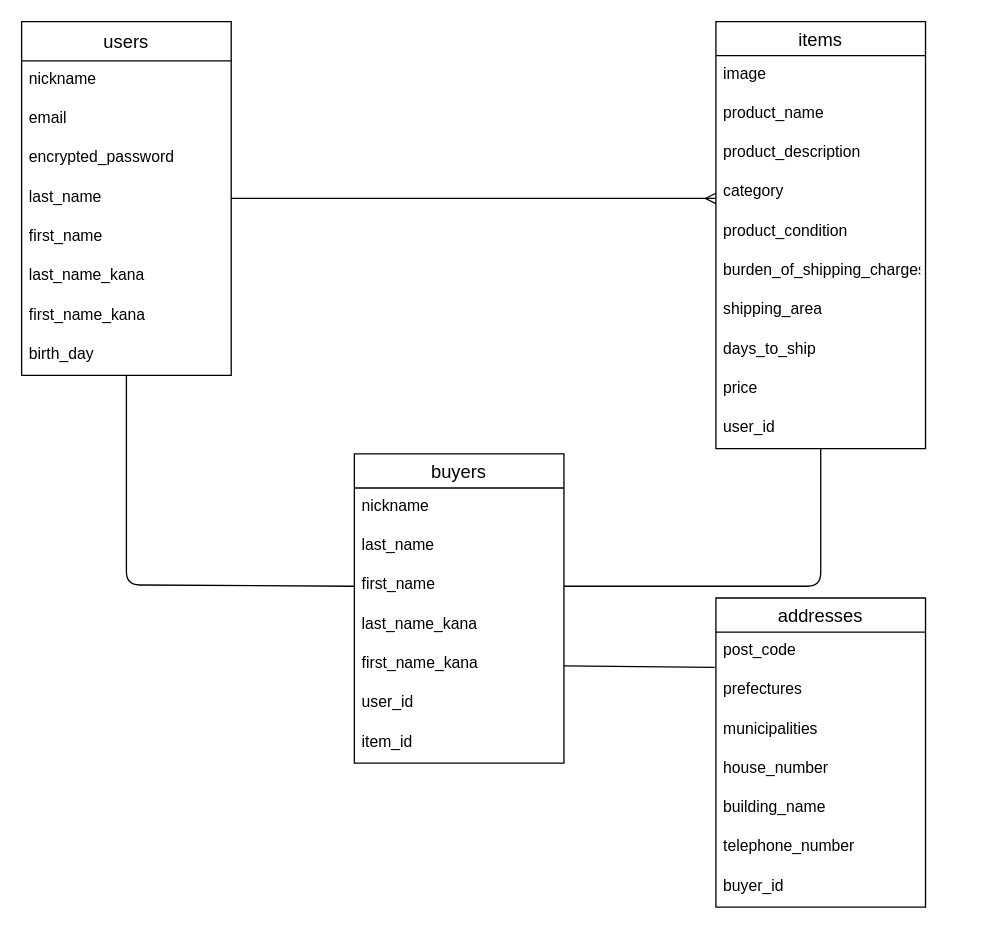
Before: ER.dio/ER.dio in koki-ok/furima-36962, a draw.io diagram. Source tidied: cells renumbered, new cells numbered last; positions are measured from the earlier drawing's top-left corner, leaving out a move shared by most shapes. Both pictures are drawn from the tidied source at 131%, with x=0, y=0 at pixel (21, 21).
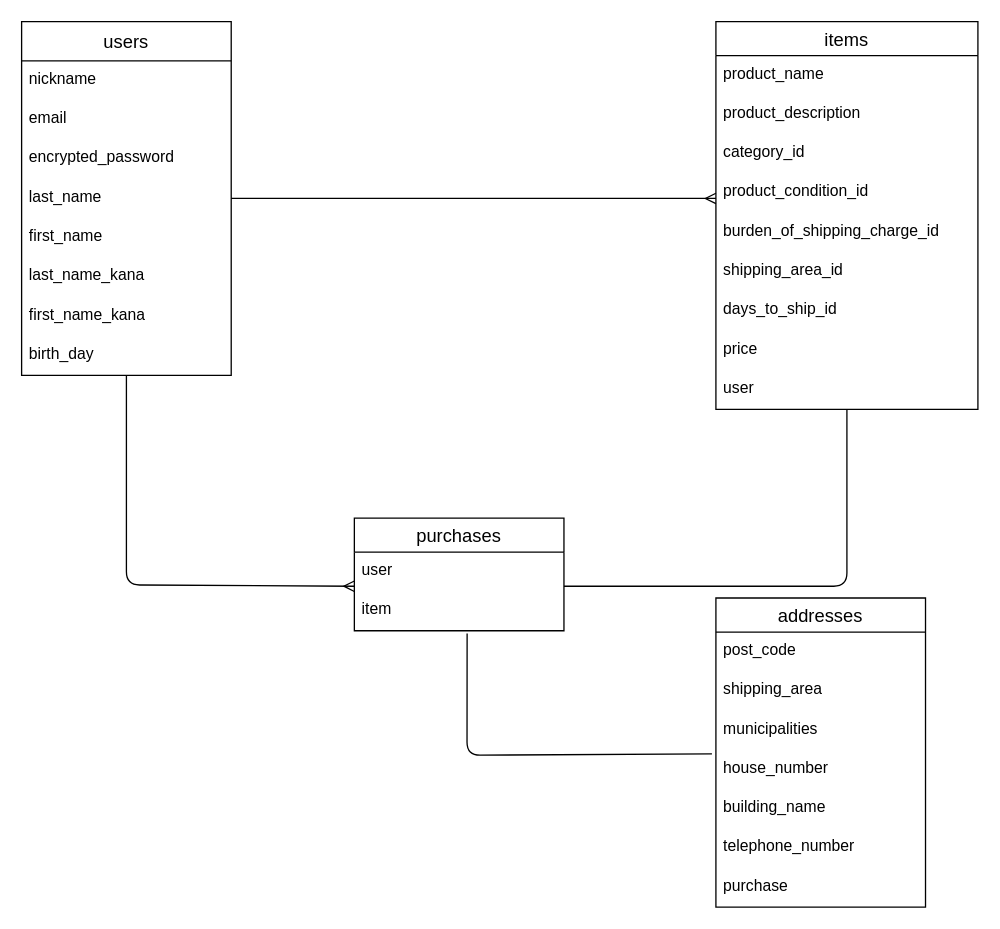
The same page after the edit.

The change refers to these unchanged cells:
```xml
<mxCell id="24" value="users" style="swimlane;fontStyle=0;horizontal=1;startSize=30;align=center;fontSize=14;" parent="1" vertex="1">
  <mxGeometry width="160" height="270" as="geometry" />
</mxCell>
<mxCell id="33" value="addresses" style="swimlane;fontStyle=0;horizontal=1;startSize=26;align=center;fontSize=14;" parent="1" vertex="1">
  <mxGeometry x="530" y="440" width="160" height="236" as="geometry" />
</mxCell>
<mxCell id="34" value="post_code" style="text;strokeColor=none;fillColor=none;spacingLeft=4;spacingRight=4;overflow=hidden;points=[[0,0.5],[1,0.5]];portConstraint=eastwest;fontSize=12;" parent="33" vertex="1">
  <mxGeometry y="26" width="160" height="30" as="geometry" />
</mxCell>
<mxCell id="37" value="house_number" style="text;strokeColor=none;fillColor=none;spacingLeft=4;spacingRight=4;overflow=hidden;points=[[0,0.5],[1,0.5]];portConstraint=eastwest;fontSize=12;" parent="33" vertex="1">
  <mxGeometry y="116" width="160" height="30" as="geometry" />
</mxCell>
```

Change to the diagram source:
```diff
@@
     <mxCell id="2" style="edgeStyle=none;html=1;entryX=1;entryY=0.5;entryDx=0;entryDy=0;endArrow=none;endFill=0;" parent="1" edge="1" source="3">
       <mxGeometry relative="1" as="geometry">
         <mxPoint x="414" y="431" as="targetPoint" />
         <Array as="points">
-          <mxPoint x="610" y="431" />
+          <mxPoint x="630" y="431" />
         </Array>
       </mxGeometry>
     </mxCell>
     <mxCell id="3" value="items" style="swimlane;fontStyle=0;horizontal=1;startSize=26;align=center;fontSize=14;" parent="1" vertex="1">
-      <mxGeometry x="530" width="160" height="326" as="geometry" />
+      <mxGeometry x="530" width="200" height="296" as="geometry" />
     </mxCell>
-    <mxCell id="4" value="image" style="text;strokeColor=none;fillColor=none;spacingLeft=4;spacingRight=4;overflow=hidden;fontSize=12;" parent="3" vertex="1">
-      <mxGeometry y="26" width="160" height="30" as="geometry" />
-    </mxCell>
     <mxCell id="5" value="product_name" style="text;strokeColor=none;fillColor=none;spacingLeft=4;spacingRight=4;overflow=hidden;fontSize=12;" parent="3" vertex="1">
-      <mxGeometry y="56" width="160" height="30" as="geometry" />
+      <mxGeometry y="26" width="200" height="30" as="geometry" />
     </mxCell>
     <mxCell id="6" value="product_description" style="text;strokeColor=none;fillColor=none;spacingLeft=4;spacingRight=4;overflow=hidden;fontSize=12;" parent="3" vertex="1">
-      <mxGeometry y="86" width="160" height="30" as="geometry" />
+      <mxGeometry y="56" width="200" height="30" as="geometry" />
     </mxCell>
-    <mxCell id="7" value="category" style="text;strokeColor=none;fillColor=none;spacingLeft=4;spacingRight=4;overflow=hidden;fontSize=12;" parent="3" vertex="1">
-      <mxGeometry y="116" width="160" height="30" as="geometry" />
+    <mxCell id="7" value="category_id" style="text;strokeColor=none;fillColor=none;spacingLeft=4;spacingRight=4;overflow=hidden;fontSize=12;" parent="3" vertex="1">
+      <mxGeometry y="86" width="200" height="30" as="geometry" />
     </mxCell>
-    <mxCell id="8" value="product_condition" style="text;strokeColor=none;fillColor=none;spacingLeft=4;spacingRight=4;overflow=hidden;fontSize=12;" parent="3" vertex="1">
-      <mxGeometry y="146" width="160" height="30" as="geometry" />
+    <mxCell id="8" value="product_condition_id" style="text;strokeColor=none;fillColor=none;spacingLeft=4;spacingRight=4;overflow=hidden;fontSize=12;" parent="3" vertex="1">
+      <mxGeometry y="116" width="200" height="30" as="geometry" />
     </mxCell>
-    <mxCell id="9" value="burden_of_shipping_charges" style="text;strokeColor=none;fillColor=none;spacingLeft=4;spacingRight=4;overflow=hidden;fontSize=12;" parent="3" vertex="1">
-      <mxGeometry y="176" width="160" height="30" as="geometry" />
+    <mxCell id="9" value="burden_of_shipping_charge_id" style="text;strokeColor=none;fillColor=none;spacingLeft=4;spacingRight=4;overflow=hidden;fontSize=12;" parent="3" vertex="1">
+      <mxGeometry y="146" width="200" height="30" as="geometry" />
     </mxCell>
-    <mxCell id="10" value="shipping_area" style="text;strokeColor=none;fillColor=none;spacingLeft=4;spacingRight=4;overflow=hidden;fontSize=12;" parent="3" vertex="1">
-      <mxGeometry y="206" width="160" height="30" as="geometry" />
+    <mxCell id="10" value="shipping_area_id" style="text;strokeColor=none;fillColor=none;spacingLeft=4;spacingRight=4;overflow=hidden;fontSize=12;" parent="3" vertex="1">
+      <mxGeometry y="176" width="200" height="30" as="geometry" />
     </mxCell>
-    <mxCell id="11" value="days_to_ship" style="text;strokeColor=none;fillColor=none;spacingLeft=4;spacingRight=4;overflow=hidden;fontSize=12;" parent="3" vertex="1">
-      <mxGeometry y="236" width="160" height="30" as="geometry" />
+    <mxCell id="11" value="days_to_ship_id" style="text;strokeColor=none;fillColor=none;spacingLeft=4;spacingRight=4;overflow=hidden;fontSize=12;" parent="3" vertex="1">
+      <mxGeometry y="206" width="200" height="30" as="geometry" />
     </mxCell>
     <mxCell id="12" value="price" style="text;strokeColor=none;fillColor=none;spacingLeft=4;spacingRight=4;overflow=hidden;fontSize=12;" parent="3" vertex="1">
-      <mxGeometry y="266" width="160" height="30" as="geometry" />
+      <mxGeometry y="236" width="200" height="30" as="geometry" />
     </mxCell>
-    <mxCell id="13" value="user_id" style="text;strokeColor=none;fillColor=none;spacingLeft=4;spacingRight=4;overflow=hidden;fontSize=12;" parent="3" vertex="1">
-      <mxGeometry y="296" width="160" height="30" as="geometry" />
+    <mxCell id="13" value="user" style="text;strokeColor=none;fillColor=none;spacingLeft=4;spacingRight=4;overflow=hidden;fontSize=12;" parent="3" vertex="1">
+      <mxGeometry y="266" width="200" height="30" as="geometry" />
     </mxCell>
-    <mxCell id="14" value="buyers" style="swimlane;fontStyle=0;horizontal=1;startSize=26;align=center;fontSize=14;" parent="1" vertex="1">
-      <mxGeometry x="254" y="330" width="160" height="236" as="geometry" />
+    <mxCell id="14" value="purchases" style="swimlane;fontStyle=0;horizontal=1;startSize=26;align=center;fontSize=14;" parent="1" vertex="1">
+      <mxGeometry x="254" y="379" width="160" height="86" as="geometry" />
     </mxCell>
-    <mxCell id="15" value="nickname" style="text;strokeColor=none;fillColor=none;spacingLeft=4;spacingRight=4;overflow=hidden;fontSize=12;" parent="14" vertex="1">
-      <mxGeometry y="26" width="160" height="30" as="geometry" />
-    </mxCell>
-    <mxCell id="16" value="last_name" style="text;strokeColor=none;fillColor=none;spacingLeft=4;spacingRight=4;overflow=hidden;fontSize=12;" parent="14" vertex="1">
-      <mxGeometry y="56" width="160" height="30" as="geometry" />
-    </mxCell>
-    <mxCell id="17" value="first_name" style="text;strokeColor=none;fillColor=none;spacingLeft=4;spacingRight=4;overflow=hidden;fontSize=12;" parent="14" vertex="1">
-      <mxGeometry y="86" width="160" height="30" as="geometry" />
-    </mxCell>
-    <mxCell id="18" value="last_name_kana" style="text;strokeColor=none;fillColor=none;spacingLeft=4;spacingRight=4;overflow=hidden;fontSize=12;" parent="14" vertex="1">
-      <mxGeometry y="116" width="160" height="30" as="geometry" />
-    </mxCell>
-    <mxCell id="19" value="first_name_kana" style="text;strokeColor=none;fillColor=none;spacingLeft=4;spacingRight=4;overflow=hidden;points=[[0,0.5],[1,0.5]];portConstraint=eastwest;fontSize=12;" parent="14" vertex="1">
-      <mxGeometry y="146" width="160" height="30" as="geometry" />
-    </mxCell>
-    <mxCell id="20" value="user_id" style="text;strokeColor=none;fillColor=none;spacingLeft=4;spacingRight=4;overflow=hidden;fontSize=12;" parent="14" vertex="1">
-      <mxGeometry y="176" width="160" height="30" as="geometry" />
+    <mxCell id="20" value="user" style="text;strokeColor=none;fillColor=none;spacingLeft=4;spacingRight=4;overflow=hidden;fontSize=12;" parent="14" vertex="1">
+      <mxGeometry y="26" width="160" height="30" as="geometry" />
     </mxCell>
-    <mxCell id="21" value="item_id" style="text;strokeColor=none;fillColor=none;spacingLeft=4;spacingRight=4;overflow=hidden;points=[[0,0.5],[1,0.5]];portConstraint=eastwest;fontSize=12;" parent="14" vertex="1">
-      <mxGeometry y="206" width="160" height="30" as="geometry" />
+    <mxCell id="21" value="item" style="text;strokeColor=none;fillColor=none;spacingLeft=4;spacingRight=4;overflow=hidden;points=[[0,0.5],[1,0.5]];portConstraint=eastwest;fontSize=12;" parent="14" vertex="1">
+      <mxGeometry y="56" width="160" height="30" as="geometry" />
     </mxCell>
@@
-    <mxCell id="23" style="edgeStyle=none;html=1;entryX=0;entryY=0.5;entryDx=0;entryDy=0;endArrow=none;endFill=0;" parent="1" edge="1" source="24">
+    <mxCell id="23" style="edgeStyle=none;html=1;entryX=0;entryY=0.5;entryDx=0;entryDy=0;endArrow=ERmany;endFill=0;" parent="1" edge="1" source="24">
       <mxGeometry relative="1" as="geometry">
         <mxPoint x="254" y="431" as="targetPoint" />
         <Array as="points">
           <mxPoint x="80" y="430" />
         </Array>
       </mxGeometry>
     </mxCell>
@@
-    <mxCell id="35" value="prefectures" style="text;strokeColor=none;fillColor=none;spacingLeft=4;spacingRight=4;overflow=hidden;fontSize=12;" parent="33" vertex="1">
+    <mxCell id="35" value="shipping_area" style="text;strokeColor=none;fillColor=none;spacingLeft=4;spacingRight=4;overflow=hidden;fontSize=12;" parent="33" vertex="1">
       <mxGeometry y="56" width="160" height="30" as="geometry" />
     </mxCell>
@@
-    <mxCell id="40" value="buyer_id" style="text;strokeColor=none;fillColor=none;spacingLeft=4;spacingRight=4;overflow=hidden;fontSize=12;" parent="33" vertex="1">
+    <mxCell id="40" value="purchase" style="text;strokeColor=none;fillColor=none;spacingLeft=4;spacingRight=4;overflow=hidden;fontSize=12;" parent="33" vertex="1">
       <mxGeometry y="206" width="160" height="30" as="geometry" />
     </mxCell>
-    <mxCell id="41" style="edgeStyle=none;html=1;endArrow=none;endFill=0;entryX=-0.006;entryY=0.9;entryDx=0;entryDy=0;entryPerimeter=0;" parent="1" edge="1" source="19" target="34">
-      <mxGeometry relative="1" as="geometry" />
+    <mxCell id="41" style="edgeStyle=none;html=1;endArrow=none;endFill=0;exitX=0.538;exitY=1.067;exitDx=0;exitDy=0;exitPerimeter=0;entryX=-0.019;entryY=0.1;entryDx=0;entryDy=0;entryPerimeter=0;" parent="1" edge="1" source="21" target="37">
+      <mxGeometry relative="1" as="geometry">
+        <Array as="points">
+          <mxPoint x="340" y="560" />
+        </Array>
+      </mxGeometry>
     </mxCell>
```
